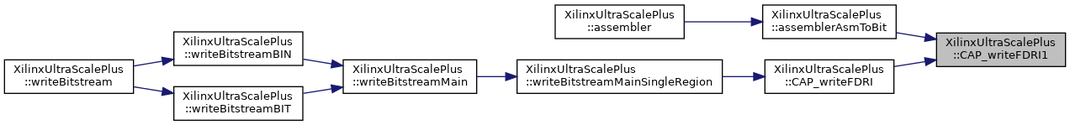
This is classXilinxUltraScalePlus_aede65ef4cccf0d77f0a9168382e73e29_icgraph.png from FPGA-Research-Manchester/byteman, a Graphviz export, as it was before one commit. Its source is kept beside it as classXilinxUltraScalePlus_aede65ef4cccf0d77f0a9168382e73e29_icgraph.dot.
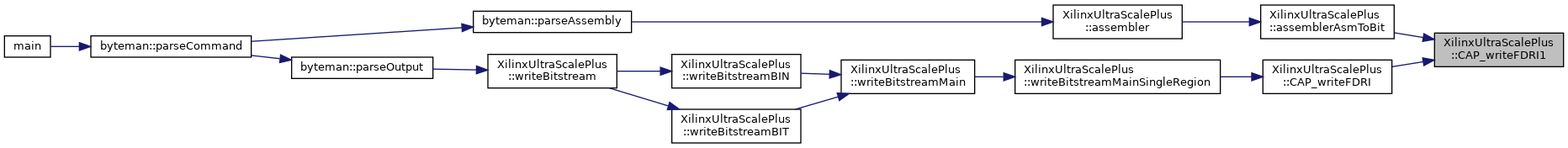
After the change.

What changed in the source:
```diff
@@ -8,17 +8,26 @@
   Node2 [label="XilinxUltraScalePlus\l::assemblerAsmToBit",height=0.2,width=0.4,color="black", fillcolor="white", style="filled",URL="$classXilinxUltraScalePlus.html#a058802c627c4177c6fd88ca079551207",tooltip=" "];
   Node2 -> Node3 [dir="back",color="midnightblue",fontsize="10",style="solid",fontname="Helvetica"];
   Node3 [label="XilinxUltraScalePlus\l::assembler",height=0.2,width=0.4,color="black", fillcolor="white", style="filled",URL="$classXilinxUltraScalePlus.html#a53e5f6ec962f1f2a961f90b8b9e90e10",tooltip=" "];
-  Node1 -> Node4 [dir="back",color="midnightblue",fontsize="10",style="solid",fontname="Helvetica"];
-  Node4 [label="XilinxUltraScalePlus\l::CAP_writeFDRI",height=0.2,width=0.4,color="black", fillcolor="white", style="filled",URL="$classXilinxUltraScalePlus.html#ab2c3ca3d68a14cd6cf50d1f8cca6b0ed",tooltip=" "];
+  Node3 -> Node4 [dir="back",color="midnightblue",fontsize="10",style="solid",fontname="Helvetica"];
+  Node4 [label="byteman::parseAssembly",height=0.2,width=0.4,color="black", fillcolor="white", style="filled",URL="$classbyteman.html#a5e7f2e31d95626075a6ce22b54ecbbf8",tooltip=" "];
   Node4 -> Node5 [dir="back",color="midnightblue",fontsize="10",style="solid",fontname="Helvetica"];
-  Node5 [label="XilinxUltraScalePlus\l::writeBitstreamMainSingleRegion",height=0.2,width=0.4,color="black", fillcolor="white", style="filled",URL="$classXilinxUltraScalePlus.html#a838df6236b078c1a751e65feb9463e12",tooltip=" "];
+  Node5 [label="byteman::parseCommand",height=0.2,width=0.4,color="black", fillcolor="white", style="filled",URL="$classbyteman.html#a97ad2d6b20a10ddb0dd8d373159eea4e",tooltip=" "];
   Node5 -> Node6 [dir="back",color="midnightblue",fontsize="10",style="solid",fontname="Helvetica"];
-  Node6 [label="XilinxUltraScalePlus\l::writeBitstreamMain",height=0.2,width=0.4,color="black", fillcolor="white", style="filled",URL="$classXilinxUltraScalePlus.html#afcd0f828eff528d0c178a5e473ee2181",tooltip=" "];
-  Node6 -> Node7 [dir="back",color="midnightblue",fontsize="10",style="solid",fontname="Helvetica"];
-  Node7 [label="XilinxUltraScalePlus\l::writeBitstreamBIN",height=0.2,width=0.4,color="black", fillcolor="white", style="filled",URL="$classXilinxUltraScalePlus.html#ab32b8ddf6ed62003568932d9167f7231",tooltip=" "];
+  Node6 [label="main",height=0.2,width=0.4,color="black", fillcolor="white", style="filled",URL="$byteman_8cpp.html#a0ddf1224851353fc92bfbff6f499fa97",tooltip=" "];
+  Node1 -> Node7 [dir="back",color="midnightblue",fontsize="10",style="solid",fontname="Helvetica"];
+  Node7 [label="XilinxUltraScalePlus\l::CAP_writeFDRI",height=0.2,width=0.4,color="black", fillcolor="white", style="filled",URL="$classXilinxUltraScalePlus.html#ab2c3ca3d68a14cd6cf50d1f8cca6b0ed",tooltip=" "];
   Node7 -> Node8 [dir="back",color="midnightblue",fontsize="10",style="solid",fontname="Helvetica"];
-  Node8 [label="XilinxUltraScalePlus\l::writeBitstream",height=0.2,width=0.4,color="black", fillcolor="white", style="filled",URL="$classXilinxUltraScalePlus.html#a7f2a7c34766d004adc6f1cfe1bdd62e7",tooltip=" "];
-  Node6 -> Node9 [dir="back",color="midnightblue",fontsize="10",style="solid",fontname="Helvetica"];
-  Node9 [label="XilinxUltraScalePlus\l::writeBitstreamBIT",height=0.2,width=0.4,color="black", fillcolor="white", style="filled",URL="$classXilinxUltraScalePlus.html#aafc764306446548f9127f3e30759af49",tooltip=" "];
-  Node9 -> Node8 [dir="back",color="midnightblue",fontsize="10",style="solid",fontname="Helvetica"];
+  Node8 [label="XilinxUltraScalePlus\l::writeBitstreamMainSingleRegion",height=0.2,width=0.4,color="black", fillcolor="white", style="filled",URL="$classXilinxUltraScalePlus.html#a838df6236b078c1a751e65feb9463e12",tooltip=" "];
+  Node8 -> Node9 [dir="back",color="midnightblue",fontsize="10",style="solid",fontname="Helvetica"];
+  Node9 [label="XilinxUltraScalePlus\l::writeBitstreamMain",height=0.2,width=0.4,color="black", fillcolor="white", style="filled",URL="$classXilinxUltraScalePlus.html#afcd0f828eff528d0c178a5e473ee2181",tooltip=" "];
+  Node9 -> Node10 [dir="back",color="midnightblue",fontsize="10",style="solid",fontname="Helvetica"];
+  Node10 [label="XilinxUltraScalePlus\l::writeBitstreamBIN",height=0.2,width=0.4,color="black", fillcolor="white", style="filled",URL="$classXilinxUltraScalePlus.html#ab32b8ddf6ed62003568932d9167f7231",tooltip=" "];
+  Node10 -> Node11 [dir="back",color="midnightblue",fontsize="10",style="solid",fontname="Helvetica"];
+  Node11 [label="XilinxUltraScalePlus\l::writeBitstream",height=0.2,width=0.4,color="black", fillcolor="white", style="filled",URL="$classXilinxUltraScalePlus.html#a7f2a7c34766d004adc6f1cfe1bdd62e7",tooltip=" "];
+  Node11 -> Node12 [dir="back",color="midnightblue",fontsize="10",style="solid",fontname="Helvetica"];
+  Node12 [label="byteman::parseOutput",height=0.2,width=0.4,color="black", fillcolor="white", style="filled",URL="$classbyteman.html#a2ff1e5c9e9b542e9f74768b296ace32f",tooltip=" "];
+  Node12 -> Node5 [dir="back",color="midnightblue",fontsize="10",style="solid",fontname="Helvetica"];
+  Node9 -> Node13 [dir="back",color="midnightblue",fontsize="10",style="solid",fontname="Helvetica"];
+  Node13 [label="XilinxUltraScalePlus\l::writeBitstreamBIT",height=0.2,width=0.4,color="black", fillcolor="white", style="filled",URL="$classXilinxUltraScalePlus.html#aafc764306446548f9127f3e30759af49",tooltip=" "];
+  Node13 -> Node11 [dir="back",color="midnightblue",fontsize="10",style="solid",fontname="Helvetica"];
 }
```
